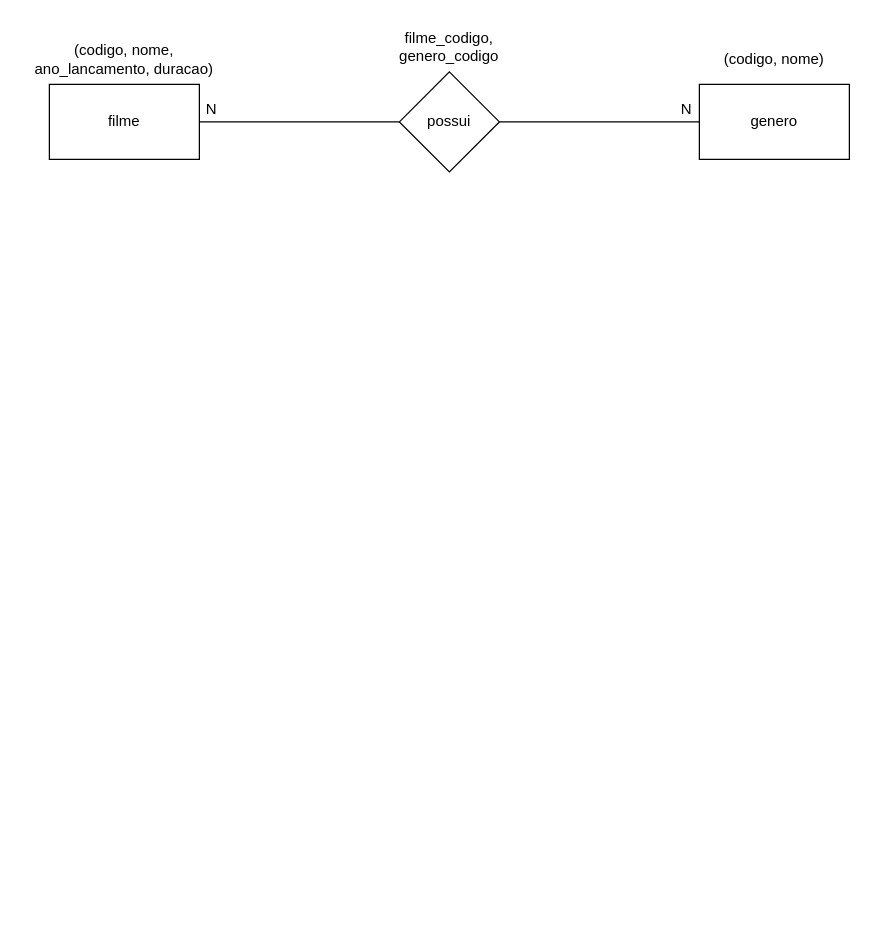
This is diagrams/Versão 1.drawio from franciscpd/gama-buster, a draw.io file, before an edit. Source tidied: cells renumbered, new cells numbered last; positions are measured from the earlier drawing's top-left corner, leaving out a move shared by most shapes. Both pictures are drawn from the tidied source at 125%, with x=0, y=0 at pixel (30, 21).
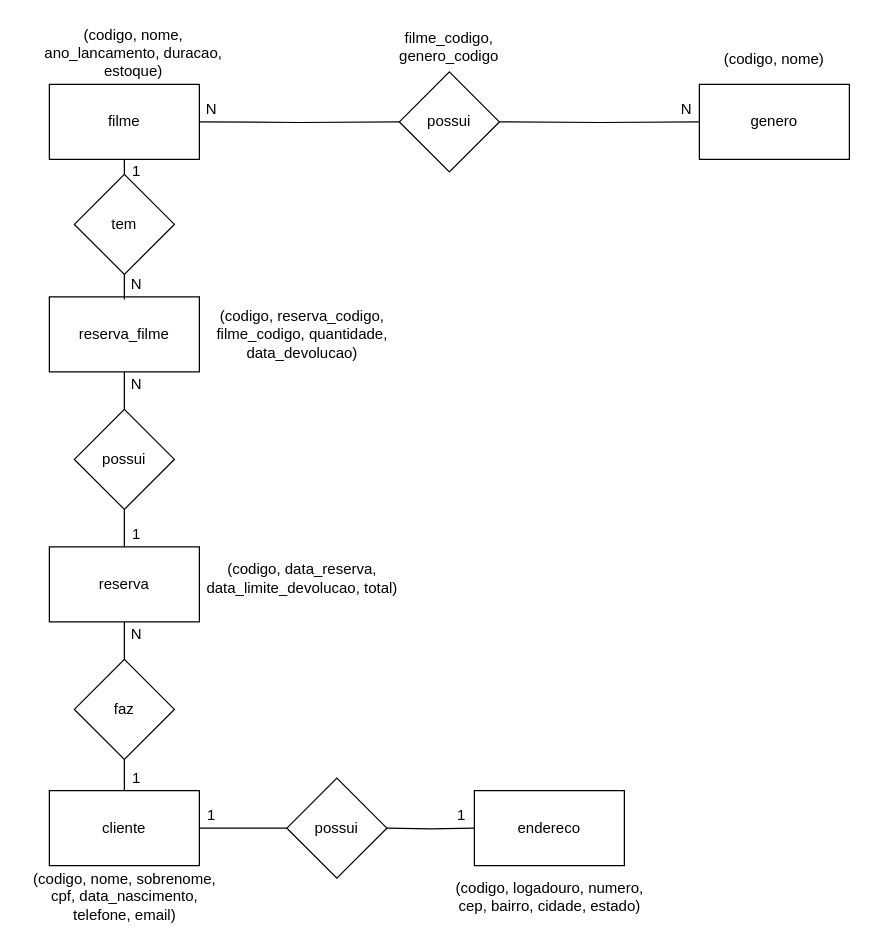
The same page after the edit.

The change refers to these unchanged cells:
```xml
<mxCell id="2" value="filme" style="rounded=0;whiteSpace=wrap;html=1;" parent="1" vertex="1">
  <mxGeometry x="15" y="50" width="120" height="60" as="geometry" />
</mxCell>
<mxCell id="3" value="genero" style="rounded=0;whiteSpace=wrap;html=1;" parent="1" vertex="1">
  <mxGeometry x="535" y="50" width="120" height="60" as="geometry" />
</mxCell>
<mxCell id="7" value="possui" style="rhombus;whiteSpace=wrap;html=1;" parent="1" vertex="1">
  <mxGeometry x="295" y="40" width="80" height="80" as="geometry" />
</mxCell>
```

Diff of the diagram source:
```diff
@@
+    <mxCell id="12" style="edgeStyle=orthogonalEdgeStyle;rounded=0;jettySize=auto;html=1;exitX=0.5;exitY=1;exitDx=0;exitDy=0;entryX=0.5;entryY=0;entryDx=0;entryDy=0;endArrow=none;endFill=0;" parent="1" edge="1" source="2" target="37">
+      <mxGeometry relative="1" as="geometry" />
+    </mxCell>
@@
-    <mxCell id="4" value="(codigo, nome, ano_lancamento, duracao)" style="text;html=1;strokeColor=none;fillColor=none;align=center;verticalAlign=middle;whiteSpace=wrap;rounded=0;" parent="1" vertex="1">
-      <mxGeometry y="10" width="150" height="40" as="geometry" />
+    <mxCell id="4" value="(codigo, nome, ano_lancamento, duracao, estoque)" style="text;html=1;strokeColor=none;fillColor=none;align=center;verticalAlign=middle;whiteSpace=wrap;rounded=0;" parent="1" vertex="1">
+      <mxGeometry width="165" height="50" as="geometry" />
     </mxCell>
-    <mxCell id="5" style="edgeStyle=orthogonalEdgeStyle;rounded=0;jettySize=auto;html=1;entryX=0;entryY=0.5;entryDx=0;entryDy=0;endArrow=none;endFill=0;" parent="1" edge="1" source="7" target="3">
-      <mxGeometry relative="1" as="geometry" />
+    <mxCell id="5" style="edgeStyle=orthogonalEdgeStyle;rounded=0;jettySize=auto;html=1;entryX=0;entryY=0.5;entryDx=0;entryDy=0;endArrow=none;endFill=0;" parent="1" edge="1" target="3">
+      <mxGeometry relative="1" as="geometry">
+        <mxPoint x="375" y="80" as="sourcePoint" />
+      </mxGeometry>
     </mxCell>
-    <mxCell id="6" style="edgeStyle=orthogonalEdgeStyle;rounded=0;jettySize=auto;html=1;endArrow=none;endFill=0;" parent="1" edge="1" source="7" target="2">
-      <mxGeometry relative="1" as="geometry" />
+    <mxCell id="6" style="edgeStyle=orthogonalEdgeStyle;rounded=0;jettySize=auto;html=1;endArrow=none;endFill=0;" parent="1" edge="1" target="2">
+      <mxGeometry relative="1" as="geometry">
+        <mxPoint x="295" y="80" as="sourcePoint" />
+      </mxGeometry>
     </mxCell>
@@
+    <mxCell id="13" style="edgeStyle=orthogonalEdgeStyle;rounded=0;jettySize=auto;html=1;endArrow=none;endFill=0;" parent="1" edge="1" source="15">
+      <mxGeometry relative="1" as="geometry">
+        <mxPoint x="205" y="645" as="targetPoint" />
+      </mxGeometry>
+    </mxCell>
+    <mxCell id="14" style="edgeStyle=orthogonalEdgeStyle;rounded=0;jettySize=auto;html=1;endArrow=none;endFill=0;" parent="1" edge="1" source="15" target="25">
+      <mxGeometry relative="1" as="geometry" />
+    </mxCell>
+    <mxCell id="15" value="cliente" style="rounded=0;whiteSpace=wrap;html=1;" parent="1" vertex="1">
+      <mxGeometry x="15" y="615" width="120" height="60" as="geometry" />
+    </mxCell>
+    <mxCell id="16" value="(codigo, nome, sobrenome, cpf, data_nascimento, telefone, email)" style="text;html=1;strokeColor=none;fillColor=none;align=center;verticalAlign=middle;whiteSpace=wrap;rounded=0;" parent="1" vertex="1">
+      <mxGeometry x="-7.5" y="675" width="165" height="50" as="geometry" />
+    </mxCell>
+    <mxCell id="17" value="endereco" style="rounded=0;whiteSpace=wrap;html=1;" parent="1" vertex="1">
+      <mxGeometry x="355" y="615" width="120" height="60" as="geometry" />
+    </mxCell>
+    <mxCell id="18" style="edgeStyle=orthogonalEdgeStyle;rounded=0;jettySize=auto;html=1;endArrow=none;endFill=0;" parent="1" edge="1" target="17">
+      <mxGeometry relative="1" as="geometry">
+        <mxPoint x="285" y="645" as="sourcePoint" />
+      </mxGeometry>
+    </mxCell>
+    <mxCell id="19" value="possui" style="rhombus;whiteSpace=wrap;html=1;" parent="1" vertex="1">
+      <mxGeometry x="205" y="605" width="80" height="80" as="geometry" />
+    </mxCell>
+    <mxCell id="20" value="1" style="text;html=1;strokeColor=none;fillColor=none;align=center;verticalAlign=middle;whiteSpace=wrap;rounded=0;" parent="1" vertex="1">
+      <mxGeometry x="135" y="625" width="20" height="20" as="geometry" />
+    </mxCell>
+    <mxCell id="21" value="1" style="text;html=1;strokeColor=none;fillColor=none;align=center;verticalAlign=middle;whiteSpace=wrap;rounded=0;" parent="1" vertex="1">
+      <mxGeometry x="335" y="625" width="20" height="20" as="geometry" />
+    </mxCell>
+    <mxCell id="22" value="(codigo, logadouro, numero, cep, bairro, cidade, estado)" style="text;html=1;strokeColor=none;fillColor=none;align=center;verticalAlign=middle;whiteSpace=wrap;rounded=0;" parent="1" vertex="1">
+      <mxGeometry x="332.5" y="675" width="165" height="50" as="geometry" />
+    </mxCell>
+    <mxCell id="23" value="reserva" style="rounded=0;whiteSpace=wrap;html=1;" parent="1" vertex="1">
+      <mxGeometry x="15" y="420" width="120" height="60" as="geometry" />
+    </mxCell>
+    <mxCell id="24" style="edgeStyle=orthogonalEdgeStyle;rounded=0;jettySize=auto;html=1;endArrow=none;endFill=0;" parent="1" edge="1" source="25" target="23">
+      <mxGeometry relative="1" as="geometry" />
+    </mxCell>
+    <mxCell id="25" value="faz" style="rhombus;whiteSpace=wrap;html=1;" parent="1" vertex="1">
+      <mxGeometry x="35" y="510" width="80" height="80" as="geometry" />
+    </mxCell>
+    <mxCell id="26" value="N" style="text;html=1;strokeColor=none;fillColor=none;align=center;verticalAlign=middle;whiteSpace=wrap;rounded=0;" parent="1" vertex="1">
+      <mxGeometry x="75" y="480" width="20" height="20" as="geometry" />
+    </mxCell>
+    <mxCell id="27" value="1" style="text;html=1;strokeColor=none;fillColor=none;align=center;verticalAlign=middle;whiteSpace=wrap;rounded=0;" parent="1" vertex="1">
+      <mxGeometry x="75" y="595" width="20" height="20" as="geometry" />
+    </mxCell>
+    <mxCell id="28" value="(codigo, data_reserva, data_limite_devolucao, total)" style="text;html=1;strokeColor=none;fillColor=none;align=center;verticalAlign=middle;whiteSpace=wrap;rounded=0;" parent="1" vertex="1">
+      <mxGeometry x="135" y="420" width="165" height="50" as="geometry" />
+    </mxCell>
+    <mxCell id="29" value="reserva_filme" style="rounded=0;whiteSpace=wrap;html=1;" parent="1" vertex="1">
+      <mxGeometry x="15" y="220" width="120" height="60" as="geometry" />
+    </mxCell>
+    <mxCell id="30" value="(codigo, reserva_codigo, filme_codigo, quantidade, data_devolucao)" style="text;html=1;strokeColor=none;fillColor=none;align=center;verticalAlign=middle;whiteSpace=wrap;rounded=0;" parent="1" vertex="1">
+      <mxGeometry x="135" y="225" width="165" height="50" as="geometry" />
+    </mxCell>
+    <mxCell id="31" style="edgeStyle=orthogonalEdgeStyle;rounded=0;jettySize=auto;html=1;endArrow=none;endFill=0;" parent="1" edge="1" source="33" target="29">
+      <mxGeometry relative="1" as="geometry" />
+    </mxCell>
+    <mxCell id="32" style="edgeStyle=orthogonalEdgeStyle;rounded=0;jettySize=auto;html=1;endArrow=none;endFill=0;" parent="1" edge="1" source="33" target="23">
+      <mxGeometry relative="1" as="geometry" />
+    </mxCell>
+    <mxCell id="33" value="possui" style="rhombus;whiteSpace=wrap;html=1;" parent="1" vertex="1">
+      <mxGeometry x="35" y="310" width="80" height="80" as="geometry" />
+    </mxCell>
+    <mxCell id="34" value="1" style="text;html=1;strokeColor=none;fillColor=none;align=center;verticalAlign=middle;whiteSpace=wrap;rounded=0;" parent="1" vertex="1">
+      <mxGeometry x="75" y="400" width="20" height="20" as="geometry" />
+    </mxCell>
+    <mxCell id="35" value="N" style="text;html=1;strokeColor=none;fillColor=none;align=center;verticalAlign=middle;whiteSpace=wrap;rounded=0;" parent="1" vertex="1">
+      <mxGeometry x="75" y="280" width="20" height="20" as="geometry" />
+    </mxCell>
+    <mxCell id="36" style="edgeStyle=orthogonalEdgeStyle;rounded=0;jettySize=auto;html=1;exitX=0.5;exitY=1;exitDx=0;exitDy=0;endArrow=none;endFill=0;" parent="1" edge="1" source="37" target="29">
+      <mxGeometry relative="1" as="geometry" />
+    </mxCell>
+    <mxCell id="37" value="tem" style="rhombus;whiteSpace=wrap;html=1;" parent="1" vertex="1">
+      <mxGeometry x="35" y="122" width="80" height="80" as="geometry" />
+    </mxCell>
+    <mxCell id="38" value="1" style="text;html=1;strokeColor=none;fillColor=none;align=center;verticalAlign=middle;whiteSpace=wrap;rounded=0;" parent="1" vertex="1">
+      <mxGeometry x="75" y="110" width="20" height="20" as="geometry" />
+    </mxCell>
+    <mxCell id="39" value="N" style="text;html=1;strokeColor=none;fillColor=none;align=center;verticalAlign=middle;whiteSpace=wrap;rounded=0;" parent="1" vertex="1">
+      <mxGeometry x="75" y="200" width="20" height="20" as="geometry" />
+    </mxCell>
```
